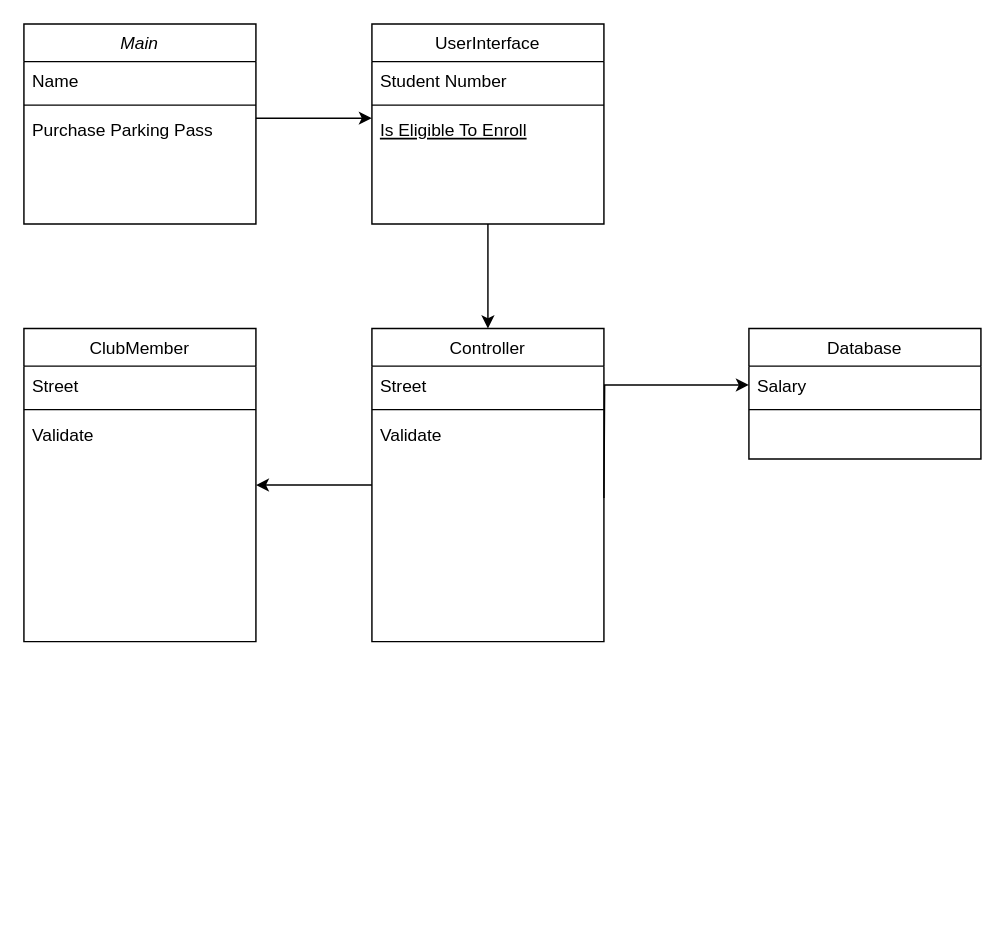
Above: Delfine Domænemodel.drawio in MarcusFN/DelfinenProject (draw.io), before the change. Source tidied: cells renumbered, new cells numbered last; positions are measured from the earlier drawing's top-left corner, leaving out a move shared by most shapes. Both pictures are drawn from the tidied source at 145%, with x=0, y=0 at pixel (23, 23).
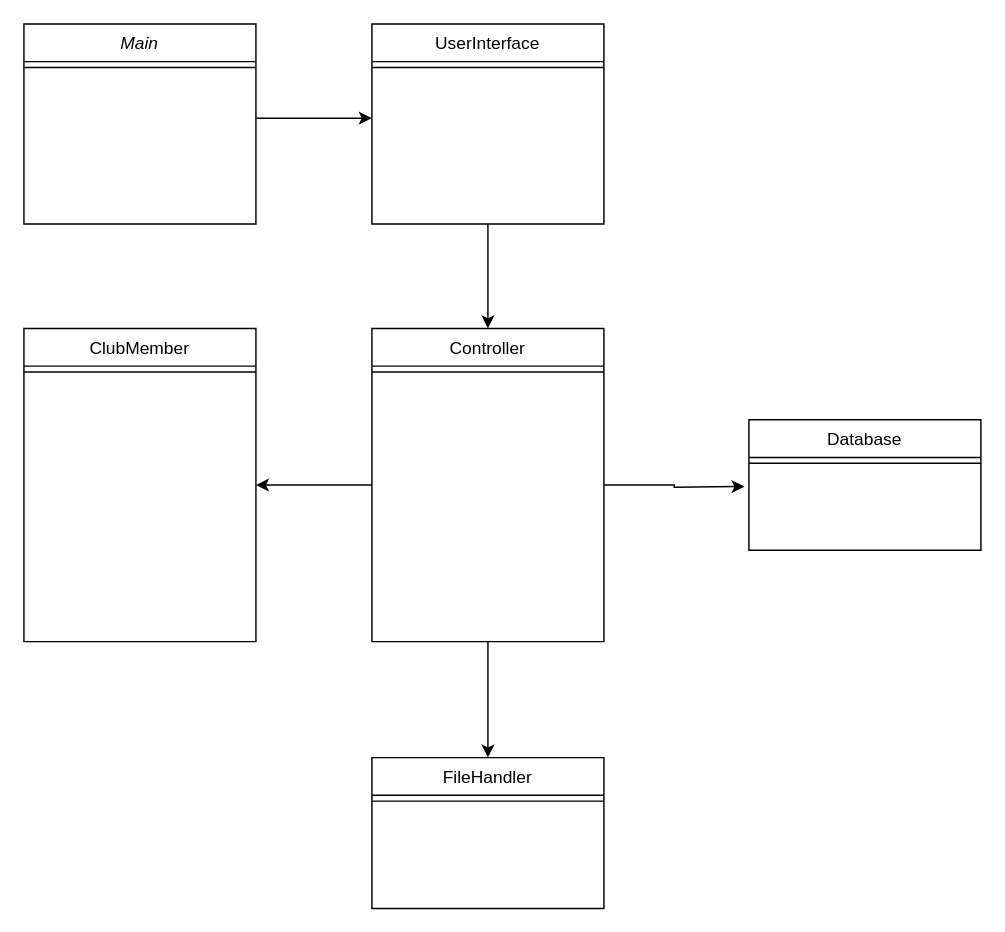
The same diagram, later.

The change refers to these unchanged cells:
```xml
<mxCell id="2" value="Main" style="swimlane;fontStyle=2;align=center;verticalAlign=top;horizontal=1;startSize=26;rounded=0;shadow=0;strokeWidth=1;" parent="1" vertex="1">
  <mxGeometry width="160" height="138" as="geometry" />
</mxCell>
<mxCell id="7" value="UserInterface" style="swimlane;fontStyle=0;align=center;verticalAlign=top;horizontal=1;startSize=26;rounded=0;shadow=0;strokeWidth=1;" parent="1" vertex="1">
  <mxGeometry x="240" width="160" height="138" as="geometry" />
</mxCell>
<mxCell id="15" value="Controller" style="swimlane;fontStyle=0;align=center;verticalAlign=top;horizontal=1;startSize=26;rounded=0;shadow=0;strokeWidth=1;" parent="1" vertex="1">
  <mxGeometry x="240" y="210" width="160" height="216" as="geometry" />
</mxCell>
<mxCell id="21" value="ClubMember" style="swimlane;fontStyle=0;align=center;verticalAlign=top;horizontal=1;startSize=26;rounded=0;shadow=0;strokeWidth=1;" parent="1" vertex="1">
  <mxGeometry y="210" width="160" height="216" as="geometry" />
</mxCell>
```

Change to the diagram source:
```diff
@@
-    <mxCell id="3" value="Name" style="text;align=left;verticalAlign=top;spacingLeft=4;spacingRight=4;overflow=hidden;" parent="2" vertex="1">
-      <mxGeometry y="26" width="160" height="26" as="geometry" />
-    </mxCell>
     <mxCell id="4" style="line;html=1;strokeWidth=1;align=left;verticalAlign=middle;spacingTop=-1;spacingLeft=3;spacingRight=3;labelPosition=right;" parent="2" vertex="1">
-      <mxGeometry y="52" width="160" height="8" as="geometry" />
+      <mxGeometry y="26" width="160" height="8" as="geometry" />
     </mxCell>
-    <mxCell id="5" value="Purchase Parking Pass" style="text;align=left;verticalAlign=top;spacingLeft=4;spacingRight=4;overflow=hidden;" parent="2" vertex="1">
-      <mxGeometry y="60" width="160" height="26" as="geometry" />
-    </mxCell>
@@
-    <mxCell id="8" value="Student Number" style="text;align=left;verticalAlign=top;spacingLeft=4;spacingRight=4;overflow=hidden;" parent="7" vertex="1">
-      <mxGeometry y="26" width="160" height="26" as="geometry" />
-    </mxCell>
     <mxCell id="9" style="line;html=1;strokeWidth=1;align=left;verticalAlign=middle;spacingTop=-1;spacingLeft=3;spacingRight=3;labelPosition=right;" parent="7" vertex="1">
-      <mxGeometry y="52" width="160" height="8" as="geometry" />
+      <mxGeometry y="26" width="160" height="8" as="geometry" />
     </mxCell>
-    <mxCell id="10" value="Is Eligible To Enroll" style="text;align=left;verticalAlign=top;spacingLeft=4;spacingRight=4;overflow=hidden;fontStyle=4;" parent="7" vertex="1">
-      <mxGeometry y="60" width="160" height="26" as="geometry" />
-    </mxCell>
     <mxCell id="11" value="Database" style="swimlane;fontStyle=0;align=center;verticalAlign=top;horizontal=1;startSize=26;rounded=0;shadow=0;strokeWidth=1;" parent="1" vertex="1">
-      <mxGeometry x="500" y="210" width="160" height="90" as="geometry" />
+      <mxGeometry x="500" y="273" width="160" height="90" as="geometry" />
     </mxCell>
-    <mxCell id="12" value="Salary" style="text;align=left;verticalAlign=top;spacingLeft=4;spacingRight=4;overflow=hidden;points=[[0,0.5],[1,0.5]];portConstraint=eastwest;" parent="11" vertex="1">
-      <mxGeometry y="26" width="160" height="26" as="geometry" />
-    </mxCell>
     <mxCell id="13" style="line;html=1;strokeWidth=1;align=left;verticalAlign=middle;spacingTop=-1;spacingLeft=3;spacingRight=3;labelPosition=right;" parent="11" vertex="1">
-      <mxGeometry y="52" width="160" height="8" as="geometry" />
+      <mxGeometry y="26" width="160" height="8" as="geometry" />
     </mxCell>
@@
+    <mxCell id="25" style="edgeStyle=orthogonalEdgeStyle;rounded=0;jettySize=auto;html=1;" parent="1" edge="1" source="15" target="27">
+      <mxGeometry relative="1" as="geometry" />
+    </mxCell>
+    <mxCell id="26" style="edgeStyle=orthogonalEdgeStyle;rounded=0;jettySize=auto;html=1;entryX=-0.019;entryY=0.769;entryDx=0;entryDy=0;entryPerimeter=0;" parent="1" edge="1" source="15">
+      <mxGeometry relative="1" as="geometry">
+        <mxPoint x="497" y="319" as="targetPoint" />
+      </mxGeometry>
+    </mxCell>
@@
-    <mxCell id="16" value="Street" style="text;align=left;verticalAlign=top;spacingLeft=4;spacingRight=4;overflow=hidden;" parent="15" vertex="1">
-      <mxGeometry y="26" width="160" height="26" as="geometry" />
-    </mxCell>
     <mxCell id="17" style="line;html=1;strokeWidth=1;align=left;verticalAlign=middle;spacingTop=-1;spacingLeft=3;spacingRight=3;labelPosition=right;" parent="15" vertex="1">
-      <mxGeometry y="52" width="160" height="8" as="geometry" />
+      <mxGeometry y="26" width="160" height="8" as="geometry" />
     </mxCell>
-    <mxCell id="18" value="Validate" style="text;align=left;verticalAlign=top;spacingLeft=4;spacingRight=4;overflow=hidden;" parent="15" vertex="1">
-      <mxGeometry y="60" width="160" height="26" as="geometry" />
-    </mxCell>
-    <mxCell id="19" style="edgeStyle=orthogonalEdgeStyle;rounded=0;jettySize=auto;html=1;entryX=0;entryY=0.5;entryDx=0;entryDy=0;" parent="1" edge="1" target="12">
-      <mxGeometry relative="1" as="geometry">
-        <mxPoint x="400" y="327" as="sourcePoint" />
-      </mxGeometry>
-    </mxCell>
@@
-    <mxCell id="22" value="Street" style="text;align=left;verticalAlign=top;spacingLeft=4;spacingRight=4;overflow=hidden;" parent="21" vertex="1">
-      <mxGeometry y="26" width="160" height="26" as="geometry" />
-    </mxCell>
     <mxCell id="23" style="line;html=1;strokeWidth=1;align=left;verticalAlign=middle;spacingTop=-1;spacingLeft=3;spacingRight=3;labelPosition=right;" parent="21" vertex="1">
-      <mxGeometry y="52" width="160" height="8" as="geometry" />
+      <mxGeometry y="26" width="160" height="8" as="geometry" />
     </mxCell>
-    <mxCell id="24" value="Validate" style="text;align=left;verticalAlign=top;spacingLeft=4;spacingRight=4;overflow=hidden;" parent="21" vertex="1">
-      <mxGeometry y="60" width="160" height="26" as="geometry" />
-    </mxCell>
+    <mxCell id="27" value="FileHandler" style="swimlane;fontStyle=0;align=center;verticalAlign=top;horizontal=1;startSize=26;rounded=0;shadow=0;strokeWidth=1;" parent="1" vertex="1">
+      <mxGeometry x="240" y="506" width="160" height="104" as="geometry" />
+    </mxCell>
+    <mxCell id="28" style="line;html=1;strokeWidth=1;align=left;verticalAlign=middle;spacingTop=-1;spacingLeft=3;spacingRight=3;labelPosition=right;" parent="27" vertex="1">
+      <mxGeometry y="26" width="160" height="8" as="geometry" />
+    </mxCell>
```
